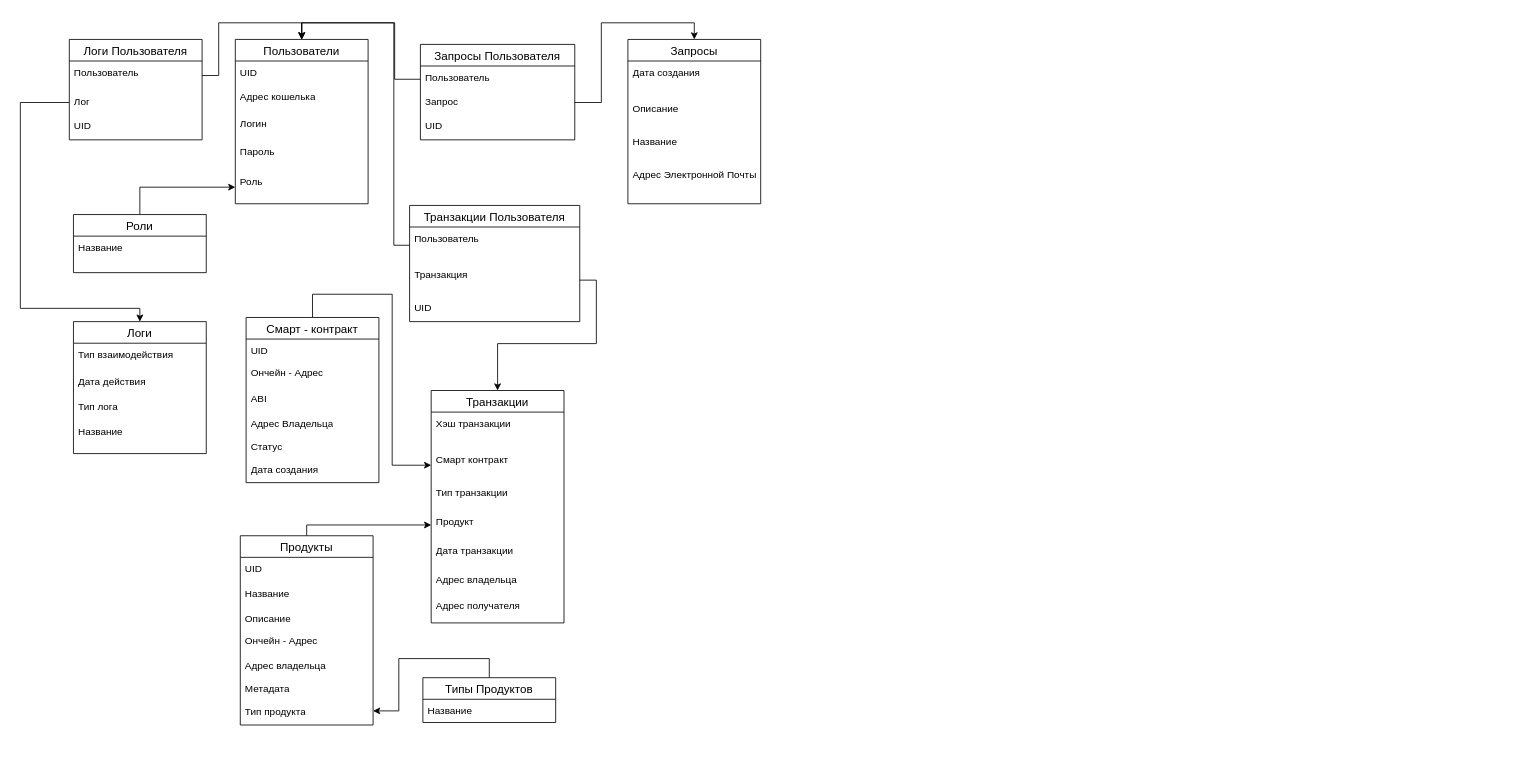
slsforme/ton_market_django keeps this draw.io diagram as logical_scheme.drawio. Above is the earlier version. Source tidied: cells renumbered, new cells numbered last; positions are measured from the earlier drawing's top-left corner, leaving out a move shared by most shapes. Both pictures are drawn from the tidied source at 83%, with x=0, y=0 at pixel (20, 22).
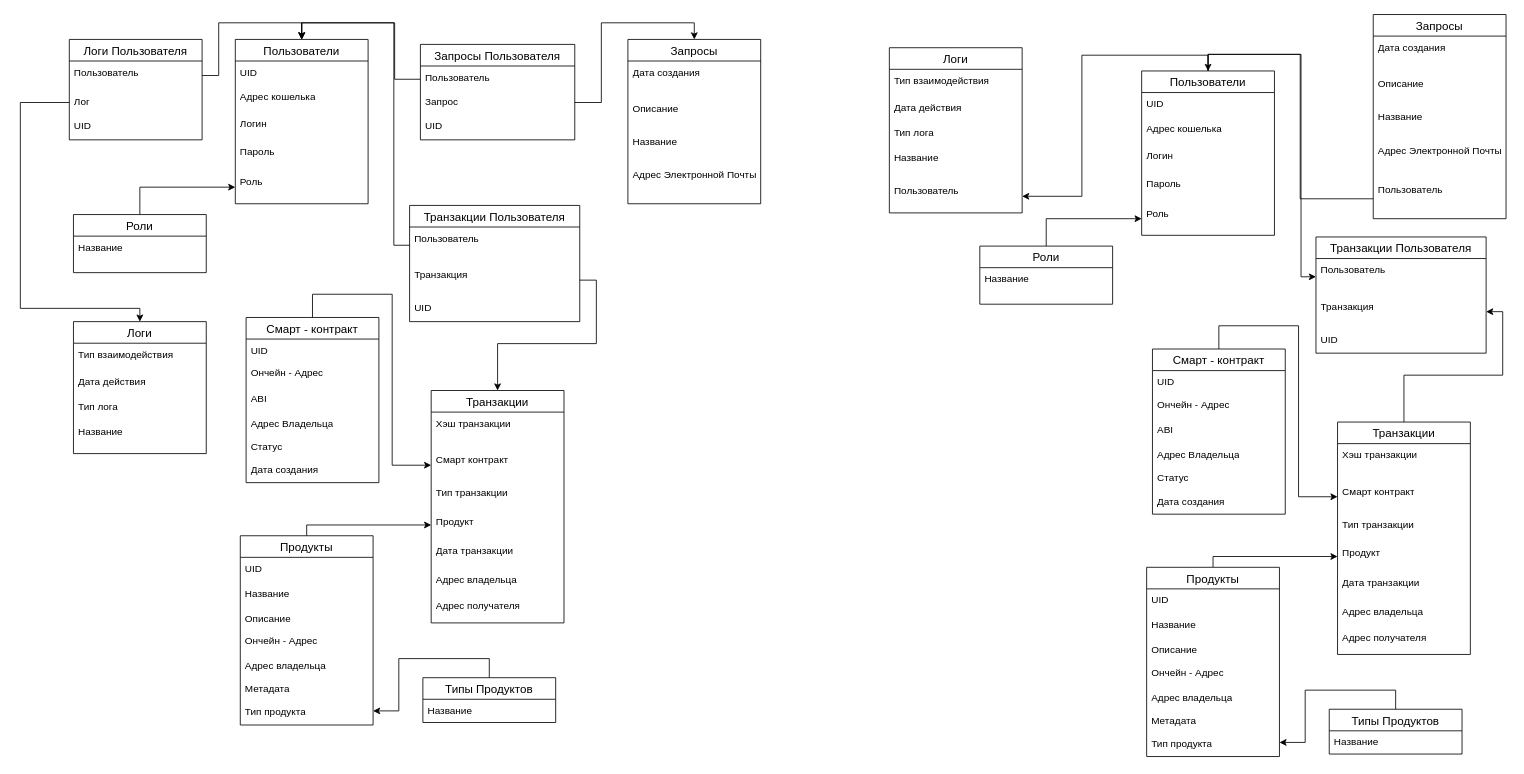
Above is the later version.

What changed in the source:
```diff
@@
+    <mxCell id="67" style="edgeStyle=orthogonalEdgeStyle;rounded=0;jettySize=auto;html=1;" parent="1" edge="1" source="69" target="118">
+      <mxGeometry relative="1" as="geometry">
+        <Array as="points">
+          <mxPoint x="1431" y="39" />
+          <mxPoint x="1279" y="39" />
+          <mxPoint x="1279" y="209" />
+        </Array>
+      </mxGeometry>
+    </mxCell>
+    <mxCell id="68" style="edgeStyle=orthogonalEdgeStyle;rounded=0;jettySize=auto;html=1;" parent="1" edge="1" source="69" target="120">
+      <mxGeometry relative="1" as="geometry">
+        <Array as="points">
+          <mxPoint x="1431" y="38" />
+          <mxPoint x="1543" y="38" />
+          <mxPoint x="1543" y="306" />
+        </Array>
+      </mxGeometry>
+    </mxCell>
+    <mxCell id="69" value="Пользователи" style="swimlane;fontStyle=0;horizontal=1;startSize=26;align=center;fontSize=14;" parent="1" vertex="1">
+      <mxGeometry x="1351" y="58" width="160" height="198" as="geometry" />
+    </mxCell>
+    <mxCell id="70" value="UID" style="text;strokeColor=none;fillColor=none;spacingLeft=4;spacingRight=4;overflow=hidden;fontSize=12;whiteSpace=wrap;html=1;" parent="69" vertex="1">
+      <mxGeometry y="26" width="160" height="30" as="geometry" />
+    </mxCell>
+    <mxCell id="71" value="Адрес кошелька" style="text;strokeColor=none;fillColor=none;spacingLeft=4;spacingRight=4;overflow=hidden;fontSize=12;whiteSpace=wrap;html=1;" parent="69" vertex="1">
+      <mxGeometry y="56" width="160" height="32" as="geometry" />
+    </mxCell>
+    <mxCell id="72" value="Логин" style="text;strokeColor=none;fillColor=none;spacingLeft=4;spacingRight=4;overflow=hidden;fontSize=12;whiteSpace=wrap;html=1;" parent="69" vertex="1">
+      <mxGeometry y="88" width="160" height="34" as="geometry" />
+    </mxCell>
+    <mxCell id="73" value="Пароль" style="text;strokeColor=none;fillColor=none;spacingLeft=4;spacingRight=4;overflow=hidden;fontSize=12;whiteSpace=wrap;html=1;" parent="69" vertex="1">
+      <mxGeometry y="122" width="160" height="36" as="geometry" />
+    </mxCell>
+    <mxCell id="74" value="Роль" style="text;strokeColor=none;fillColor=none;spacingLeft=4;spacingRight=4;overflow=hidden;points=[[0,0.5],[1,0.5]];portConstraint=eastwest;fontSize=12;whiteSpace=wrap;html=1;" parent="69" vertex="1">
+      <mxGeometry y="158" width="160" height="40" as="geometry" />
+    </mxCell>
+    <mxCell id="75" style="edgeStyle=orthogonalEdgeStyle;rounded=0;jettySize=auto;html=1;" parent="1" edge="1" source="76" target="74">
+      <mxGeometry relative="1" as="geometry" />
+    </mxCell>
+    <mxCell id="76" value="Роли" style="swimlane;fontStyle=0;horizontal=1;startSize=26;align=center;fontSize=14;" parent="1" vertex="1">
+      <mxGeometry x="1156" y="269" width="160" height="70" as="geometry" />
+    </mxCell>
+    <mxCell id="77" value="Название" style="text;strokeColor=none;fillColor=none;spacingLeft=4;spacingRight=4;overflow=hidden;fontSize=12;whiteSpace=wrap;html=1;" parent="76" vertex="1">
+      <mxGeometry y="26" width="160" height="44" as="geometry" />
+    </mxCell>
+    <mxCell id="78" style="edgeStyle=orthogonalEdgeStyle;rounded=0;jettySize=auto;html=1;" parent="1" edge="1" source="79" target="121">
+      <mxGeometry relative="1" as="geometry" />
+    </mxCell>
+    <mxCell id="79" value="Транзакции" style="swimlane;fontStyle=0;horizontal=1;startSize=26;align=center;fontSize=14;" parent="1" vertex="1">
+      <mxGeometry x="1587" y="481" width="160" height="280" as="geometry" />
+    </mxCell>
+    <mxCell id="80" value="Хэш транзакции" style="text;strokeColor=none;fillColor=none;spacingLeft=4;spacingRight=4;overflow=hidden;fontSize=12;whiteSpace=wrap;html=1;" parent="79" vertex="1">
+      <mxGeometry y="26" width="160" height="44" as="geometry" />
+    </mxCell>
+    <mxCell id="81" value="Смарт контракт" style="text;strokeColor=none;fillColor=none;spacingLeft=4;spacingRight=4;overflow=hidden;points=[[0,0.5],[1,0.5]];portConstraint=eastwest;fontSize=12;whiteSpace=wrap;html=1;" parent="79" vertex="1">
+      <mxGeometry y="70" width="160" height="40" as="geometry" />
+    </mxCell>
+    <mxCell id="82" value="Тип транзакции" style="text;strokeColor=none;fillColor=none;spacingLeft=4;spacingRight=4;overflow=hidden;fontSize=12;whiteSpace=wrap;html=1;" parent="79" vertex="1">
+      <mxGeometry y="110" width="160" height="34" as="geometry" />
+    </mxCell>
+    <mxCell id="83" value="Продукт" style="text;strokeColor=none;fillColor=none;spacingLeft=4;spacingRight=4;overflow=hidden;points=[[0,0.5],[1,0.5]];portConstraint=eastwest;fontSize=12;whiteSpace=wrap;html=1;" parent="79" vertex="1">
+      <mxGeometry y="144" width="160" height="36" as="geometry" />
+    </mxCell>
+    <mxCell id="84" value="Дата транзакции" style="text;strokeColor=none;fillColor=none;spacingLeft=4;spacingRight=4;overflow=hidden;fontSize=12;whiteSpace=wrap;html=1;" parent="79" vertex="1">
+      <mxGeometry y="180" width="160" height="35" as="geometry" />
+    </mxCell>
+    <mxCell id="85" value="Адрес владельца" style="text;strokeColor=none;fillColor=none;spacingLeft=4;spacingRight=4;overflow=hidden;fontSize=12;whiteSpace=wrap;html=1;" parent="79" vertex="1">
+      <mxGeometry y="215" width="160" height="31" as="geometry" />
+    </mxCell>
+    <mxCell id="86" value="Адрес получателя" style="text;strokeColor=none;fillColor=none;spacingLeft=4;spacingRight=4;overflow=hidden;fontSize=12;whiteSpace=wrap;html=1;" parent="79" vertex="1">
+      <mxGeometry y="246" width="160" height="34" as="geometry" />
+    </mxCell>
+    <mxCell id="87" style="edgeStyle=orthogonalEdgeStyle;rounded=0;jettySize=auto;html=1;" parent="1" edge="1" source="88" target="83">
+      <mxGeometry relative="1" as="geometry">
+        <Array as="points">
+          <mxPoint x="1437" y="643" />
+        </Array>
+      </mxGeometry>
+    </mxCell>
+    <mxCell id="88" value="Продукты" style="swimlane;fontStyle=0;horizontal=1;startSize=26;align=center;fontSize=14;" parent="1" vertex="1">
+      <mxGeometry x="1357" y="656" width="160" height="228" as="geometry" />
+    </mxCell>
+    <mxCell id="89" value="UID" style="text;strokeColor=none;fillColor=none;spacingLeft=4;spacingRight=4;overflow=hidden;fontSize=12;whiteSpace=wrap;html=1;" parent="88" vertex="1">
+      <mxGeometry y="26" width="160" height="30" as="geometry" />
+    </mxCell>
+    <mxCell id="90" value="Название" style="text;strokeColor=none;fillColor=none;spacingLeft=4;spacingRight=4;overflow=hidden;fontSize=12;whiteSpace=wrap;html=1;" parent="88" vertex="1">
+      <mxGeometry y="56" width="160" height="30" as="geometry" />
+    </mxCell>
+    <mxCell id="91" value="Описание" style="text;strokeColor=none;fillColor=none;spacingLeft=4;spacingRight=4;overflow=hidden;fontSize=12;whiteSpace=wrap;html=1;" parent="88" vertex="1">
+      <mxGeometry y="86" width="160" height="27" as="geometry" />
+    </mxCell>
+    <mxCell id="92" value="Ончейн - Адрес" style="text;strokeColor=none;fillColor=none;spacingLeft=4;spacingRight=4;overflow=hidden;fontSize=12;whiteSpace=wrap;html=1;" parent="88" vertex="1">
+      <mxGeometry y="113" width="160" height="30" as="geometry" />
+    </mxCell>
+    <mxCell id="93" value="Адрес владельца" style="text;strokeColor=none;fillColor=none;spacingLeft=4;spacingRight=4;overflow=hidden;fontSize=12;whiteSpace=wrap;html=1;" parent="88" vertex="1">
+      <mxGeometry y="143" width="160" height="28" as="geometry" />
+    </mxCell>
+    <mxCell id="94" value="Метадата" style="text;strokeColor=none;fillColor=none;spacingLeft=4;spacingRight=4;overflow=hidden;fontSize=12;whiteSpace=wrap;html=1;" parent="88" vertex="1">
+      <mxGeometry y="171" width="160" height="28" as="geometry" />
+    </mxCell>
+    <mxCell id="95" value="Тип продукта" style="text;strokeColor=none;fillColor=none;spacingLeft=4;spacingRight=4;overflow=hidden;points=[[0,0.5],[1,0.5]];portConstraint=eastwest;fontSize=12;whiteSpace=wrap;html=1;" parent="88" vertex="1">
+      <mxGeometry y="199" width="160" height="29" as="geometry" />
+    </mxCell>
+    <mxCell id="96" style="edgeStyle=orthogonalEdgeStyle;rounded=0;jettySize=auto;html=1;" parent="1" edge="1" source="97" target="95">
+      <mxGeometry relative="1" as="geometry">
+        <Array as="points">
+          <mxPoint x="1657" y="804" />
+          <mxPoint x="1548" y="804" />
+          <mxPoint x="1548" y="867" />
+        </Array>
+      </mxGeometry>
+    </mxCell>
+    <mxCell id="97" value="Типы Продуктов" style="swimlane;fontStyle=0;horizontal=1;startSize=26;align=center;fontSize=14;" parent="1" vertex="1">
+      <mxGeometry x="1577" y="827" width="160" height="54" as="geometry" />
+    </mxCell>
+    <mxCell id="98" value="Название" style="text;strokeColor=none;fillColor=none;spacingLeft=4;spacingRight=4;overflow=hidden;fontSize=12;whiteSpace=wrap;html=1;" parent="97" vertex="1">
+      <mxGeometry y="26" width="160" height="28" as="geometry" />
+    </mxCell>
+    <mxCell id="99" style="edgeStyle=orthogonalEdgeStyle;rounded=0;jettySize=auto;html=1;" parent="1" edge="1" source="100" target="81">
+      <mxGeometry relative="1" as="geometry">
+        <Array as="points">
+          <mxPoint x="1444" y="365" />
+          <mxPoint x="1540" y="365" />
+          <mxPoint x="1540" y="571" />
+        </Array>
+      </mxGeometry>
+    </mxCell>
+    <mxCell id="100" value="Смарт - контракт" style="swimlane;fontStyle=0;horizontal=1;startSize=26;align=center;fontSize=14;" parent="1" vertex="1">
+      <mxGeometry x="1364" y="393" width="160" height="199" as="geometry" />
+    </mxCell>
+    <mxCell id="101" value="UID" style="text;strokeColor=none;fillColor=none;spacingLeft=4;spacingRight=4;overflow=hidden;fontSize=12;whiteSpace=wrap;html=1;" parent="100" vertex="1">
+      <mxGeometry y="26" width="160" height="27" as="geometry" />
+    </mxCell>
+    <mxCell id="102" value="Ончейн - Адрес" style="text;strokeColor=none;fillColor=none;spacingLeft=4;spacingRight=4;overflow=hidden;fontSize=12;whiteSpace=wrap;html=1;" parent="100" vertex="1">
+      <mxGeometry y="53" width="160" height="31" as="geometry" />
+    </mxCell>
+    <mxCell id="103" value="ABI" style="text;strokeColor=none;fillColor=none;spacingLeft=4;spacingRight=4;overflow=hidden;fontSize=12;whiteSpace=wrap;html=1;" parent="100" vertex="1">
+      <mxGeometry y="84" width="160" height="30" as="geometry" />
+    </mxCell>
+    <mxCell id="104" value="Адрес Владельца" style="text;strokeColor=none;fillColor=none;spacingLeft=4;spacingRight=4;overflow=hidden;fontSize=12;whiteSpace=wrap;html=1;" parent="100" vertex="1">
+      <mxGeometry y="114" width="160" height="28" as="geometry" />
+    </mxCell>
+    <mxCell id="105" value="Статус" style="text;strokeColor=none;fillColor=none;spacingLeft=4;spacingRight=4;overflow=hidden;fontSize=12;whiteSpace=wrap;html=1;" parent="100" vertex="1">
+      <mxGeometry y="142" width="160" height="28" as="geometry" />
+    </mxCell>
+    <mxCell id="106" value="Дата создания" style="text;strokeColor=none;fillColor=none;spacingLeft=4;spacingRight=4;overflow=hidden;fontSize=12;whiteSpace=wrap;html=1;" parent="100" vertex="1">
+      <mxGeometry y="170" width="160" height="29" as="geometry" />
+    </mxCell>
+    <mxCell id="107" value="Запросы" style="swimlane;fontStyle=0;horizontal=1;startSize=26;align=center;fontSize=14;" parent="1" vertex="1">
+      <mxGeometry x="1630" y="-10" width="160" height="246" as="geometry" />
+    </mxCell>
+    <mxCell id="108" value="Дата создания" style="text;strokeColor=none;fillColor=none;spacingLeft=4;spacingRight=4;overflow=hidden;fontSize=12;whiteSpace=wrap;html=1;" parent="107" vertex="1">
+      <mxGeometry y="26" width="160" height="44" as="geometry" />
+    </mxCell>
+    <mxCell id="109" value="Описание" style="text;strokeColor=none;fillColor=none;spacingLeft=4;spacingRight=4;overflow=hidden;fontSize=12;whiteSpace=wrap;html=1;" parent="107" vertex="1">
+      <mxGeometry y="70" width="160" height="40" as="geometry" />
+    </mxCell>
+    <mxCell id="110" value="Название" style="text;strokeColor=none;fillColor=none;spacingLeft=4;spacingRight=4;overflow=hidden;fontSize=12;whiteSpace=wrap;html=1;" parent="107" vertex="1">
+      <mxGeometry y="110" width="160" height="40" as="geometry" />
+    </mxCell>
+    <mxCell id="111" value="Адрес Электронной Почты " style="text;strokeColor=none;fillColor=none;spacingLeft=4;spacingRight=4;overflow=hidden;fontSize=12;whiteSpace=wrap;html=1;" parent="107" vertex="1">
+      <mxGeometry y="150" width="160" height="48" as="geometry" />
+    </mxCell>
+    <mxCell id="112" value="Пользователь" style="text;strokeColor=none;fillColor=none;spacingLeft=4;spacingRight=4;overflow=hidden;points=[[0,0.5],[1,0.5]];portConstraint=eastwest;fontSize=12;whiteSpace=wrap;html=1;" parent="107" vertex="1">
+      <mxGeometry y="198" width="160" height="48" as="geometry" />
+    </mxCell>
+    <mxCell id="113" value="Логи" style="swimlane;fontStyle=0;horizontal=1;startSize=26;align=center;fontSize=14;" parent="1" vertex="1">
+      <mxGeometry x="1047" y="30" width="160" height="199" as="geometry" />
+    </mxCell>
+    <mxCell id="114" value="Тип взаимодействия" style="text;strokeColor=none;fillColor=none;spacingLeft=4;spacingRight=4;overflow=hidden;fontSize=12;whiteSpace=wrap;html=1;" parent="113" vertex="1">
+      <mxGeometry y="26" width="160" height="33" as="geometry" />
+    </mxCell>
+    <mxCell id="115" value="Дата действия" style="text;strokeColor=none;fillColor=none;spacingLeft=4;spacingRight=4;overflow=hidden;fontSize=12;whiteSpace=wrap;html=1;" parent="113" vertex="1">
+      <mxGeometry y="59" width="160" height="30" as="geometry" />
+    </mxCell>
+    <mxCell id="116" value="Тип лога" style="text;strokeColor=none;fillColor=none;spacingLeft=4;spacingRight=4;overflow=hidden;fontSize=12;whiteSpace=wrap;html=1;" parent="113" vertex="1">
+      <mxGeometry y="89" width="160" height="30" as="geometry" />
+    </mxCell>
+    <mxCell id="117" value="Название" style="text;strokeColor=none;fillColor=none;spacingLeft=4;spacingRight=4;overflow=hidden;fontSize=12;whiteSpace=wrap;html=1;" parent="113" vertex="1">
+      <mxGeometry y="119" width="160" height="40" as="geometry" />
+    </mxCell>
+    <mxCell id="118" value="Пользователь" style="text;strokeColor=none;fillColor=none;spacingLeft=4;spacingRight=4;overflow=hidden;points=[[0,0.5],[1,0.5]];portConstraint=eastwest;fontSize=12;whiteSpace=wrap;html=1;" parent="113" vertex="1">
+      <mxGeometry y="159" width="160" height="40" as="geometry" />
+    </mxCell>
+    <mxCell id="119" value="Транзакции Пользователя" style="swimlane;fontStyle=0;horizontal=1;startSize=26;align=center;fontSize=14;" parent="1" vertex="1">
+      <mxGeometry x="1561" y="258" width="205" height="140" as="geometry" />
+    </mxCell>
+    <mxCell id="120" value="Пользователь" style="text;strokeColor=none;fillColor=none;spacingLeft=4;spacingRight=4;overflow=hidden;points=[[0,0.5],[1,0.5]];portConstraint=eastwest;fontSize=12;whiteSpace=wrap;html=1;" parent="119" vertex="1">
+      <mxGeometry y="26" width="205" height="44" as="geometry" />
+    </mxCell>
+    <mxCell id="121" value="Транзакция" style="text;strokeColor=none;fillColor=none;spacingLeft=4;spacingRight=4;overflow=hidden;points=[[0,0.5],[1,0.5]];portConstraint=eastwest;fontSize=12;whiteSpace=wrap;html=1;" parent="119" vertex="1">
+      <mxGeometry y="70" width="205" height="40" as="geometry" />
+    </mxCell>
+    <mxCell id="122" value="UID" style="text;strokeColor=none;fillColor=none;spacingLeft=4;spacingRight=4;overflow=hidden;fontSize=12;whiteSpace=wrap;html=1;" parent="119" vertex="1">
+      <mxGeometry y="110" width="205" height="30" as="geometry" />
+    </mxCell>
+    <mxCell id="123" style="edgeStyle=orthogonalEdgeStyle;rounded=0;jettySize=auto;html=1;entryX=0.5;entryY=0;entryDx=0;entryDy=0;" parent="1" edge="1" source="112" target="69">
+      <mxGeometry relative="1" as="geometry">
+        <Array as="points">
+          <mxPoint x="1542" y="212" />
+          <mxPoint x="1542" y="38" />
+          <mxPoint x="1431" y="38" />
+        </Array>
+      </mxGeometry>
+    </mxCell>
```
